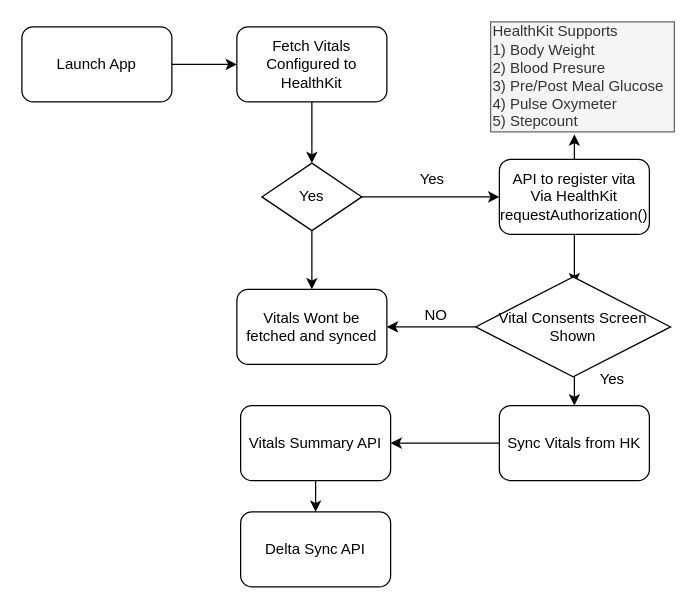
Above: page "Page-5" (5 of 5) of MyKnowledgeBoard.drawio in smkcoder/BuildingConversationalExp (draw.io), before the change. Source tidied: cells renumbered, new cells numbered last; positions are measured from the earlier drawing's top-left corner, leaving out a move shared by most shapes. Both pictures are drawn from the tidied source at 125%, with x=0, y=0 at pixel (21, 21).
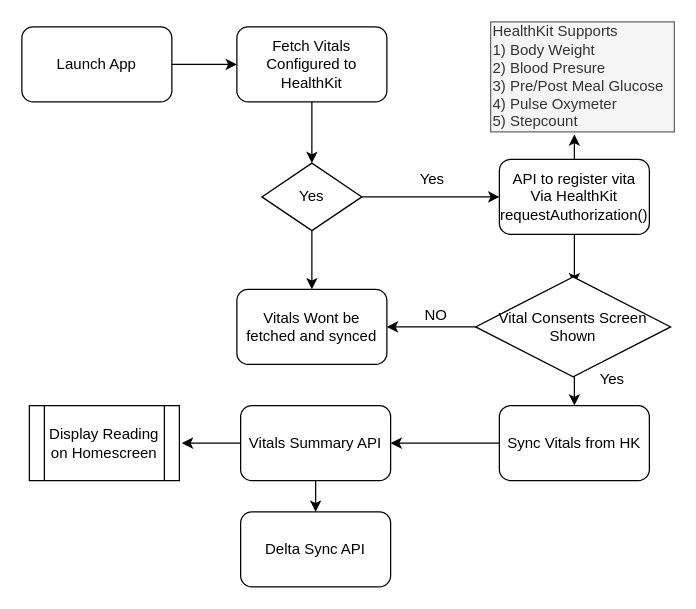
Above is the later version.

The change refers to these unchanged cells:
```xml
<mxCell id="22" value="Vitals Summary API" style="rounded=1;whiteSpace=wrap;html=1;" parent="1" vertex="1">
  <mxGeometry x="175" y="307" width="120" height="60" as="geometry" />
</mxCell>
```

The edit, as a diff of the source:
```diff
@@
+    <mxCell id="25" style="edgeStyle=orthogonalEdgeStyle;rounded=0;jettySize=auto;html=1;" parent="1" edge="1" source="22">
+      <mxGeometry relative="1" as="geometry">
+        <mxPoint x="128" y="337" as="targetPoint" />
+      </mxGeometry>
+    </mxCell>
@@
+    <mxCell id="26" value="&lt;span&gt;Display Reading on Homescreen&lt;/span&gt;" style="shape=process;whiteSpace=wrap;html=1;backgroundOutline=1;" parent="1" vertex="1">
+      <mxGeometry x="6" y="307" width="120" height="60" as="geometry" />
+    </mxCell>
```
